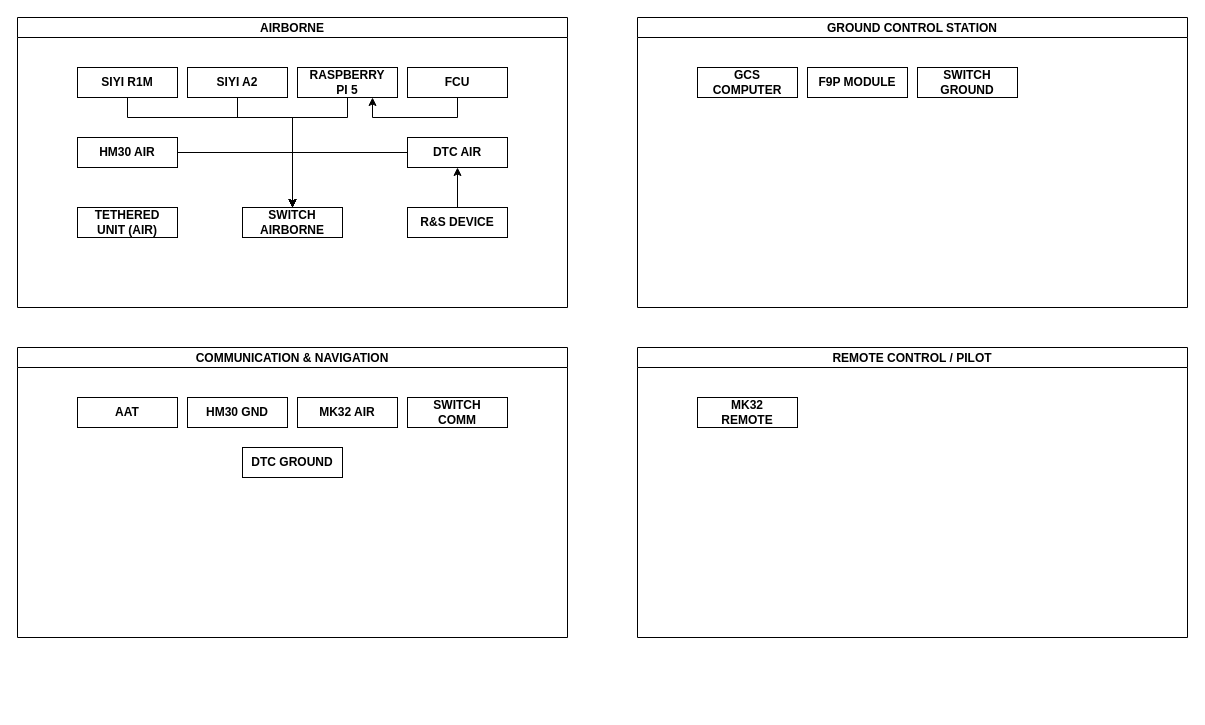
The draw.io diagram Block Diagram DF.drawio in BagaszPraa/Kumpulan-Tutorial, before the edit. Source tidied: cells renumbered, new cells numbered last; positions are measured from the earlier drawing's top-left corner, leaving out a move shared by most shapes. Both pictures are drawn from the tidied source at 100%, with x=0, y=0 at pixel (17, 17).
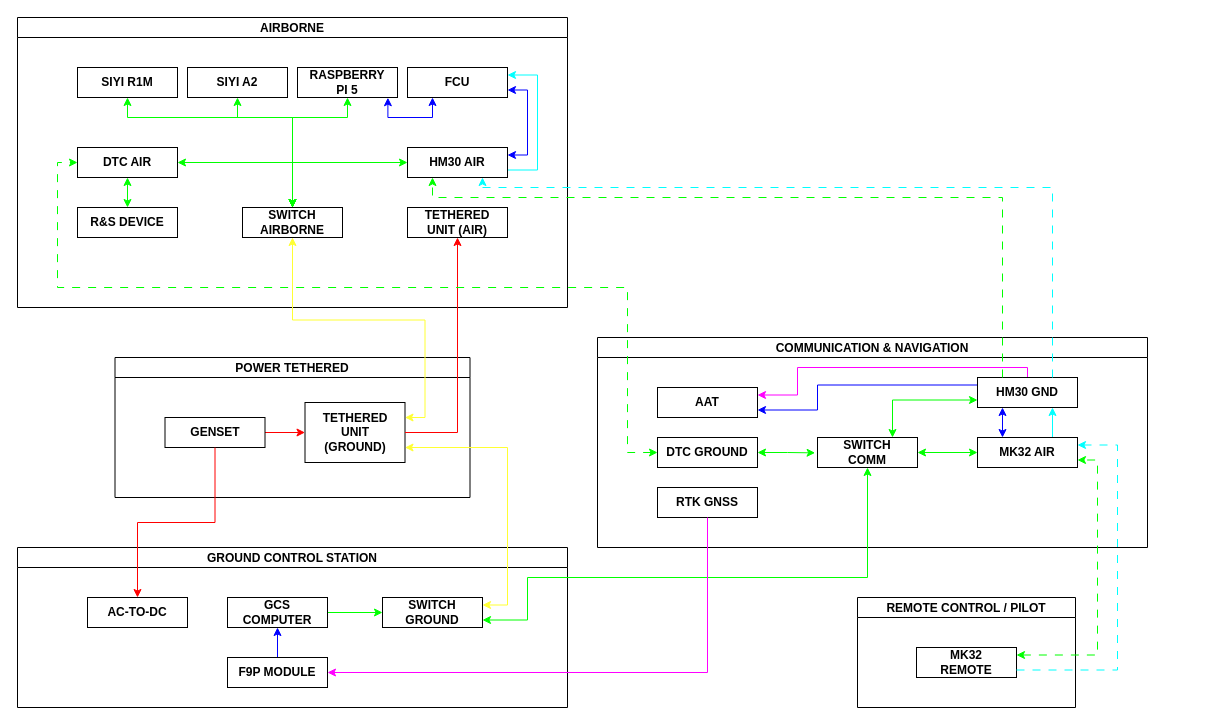
Above is the later version.

The change refers to these unchanged cells:
```xml
<mxCell id="2" value="AIRBORNE" style="swimlane;startSize=20;horizontal=1;containerType=tree;newEdgeStyle={&quot;edgeStyle&quot;:&quot;elbowEdgeStyle&quot;,&quot;startArrow&quot;:&quot;none&quot;,&quot;endArrow&quot;:&quot;none&quot;};spacing=9;labelBackgroundColor=none;fontStyle=1;" parent="1" vertex="1">
  <mxGeometry width="550" height="290" as="geometry" />
</mxCell>
<mxCell id="4" value="FCU" style="whiteSpace=wrap;html=1;spacing=9;labelBackgroundColor=none;fontStyle=1;" parent="2" vertex="1">
  <mxGeometry x="390" y="50" width="100" height="30" as="geometry" />
</mxCell>
<mxCell id="6" value="SIYI A2" style="whiteSpace=wrap;html=1;spacing=9;labelBackgroundColor=none;fontStyle=1;" parent="2" vertex="1">
  <mxGeometry x="170" y="50" width="100" height="30" as="geometry" />
</mxCell>
<mxCell id="8" value="SIYI R1M" style="whiteSpace=wrap;html=1;spacing=9;labelBackgroundColor=none;fontStyle=1;" parent="2" vertex="1">
  <mxGeometry x="60" y="50" width="100" height="30" as="geometry" />
</mxCell>
<mxCell id="10" value="RASPBERRY PI 5" style="whiteSpace=wrap;html=1;spacing=9;labelBackgroundColor=none;fontStyle=1;" parent="2" vertex="1">
  <mxGeometry x="280" y="50" width="100" height="30" as="geometry" />
</mxCell>
<mxCell id="17" value="SWITCH AIRBORNE" style="whiteSpace=wrap;html=1;spacing=9;labelBackgroundColor=none;fontStyle=1;" parent="2" vertex="1">
  <mxGeometry x="225" y="190" width="100" height="30" as="geometry" />
</mxCell>
<mxCell id="26" value="AAT" style="whiteSpace=wrap;html=1;spacing=9;labelBackgroundColor=none;fontStyle=1;" parent="23" vertex="1">
  <mxGeometry x="60" y="50" width="100" height="30" as="geometry" />
</mxCell>
```

The edit, as a diff of the source:
```diff
@@
-    <mxCell id="3" style="edgeStyle=orthogonalEdgeStyle;rounded=0;jettySize=auto;html=1;exitX=0.5;exitY=1;exitDx=0;exitDy=0;entryX=0.75;entryY=1;entryDx=0;entryDy=0;" parent="2" edge="1" source="4" target="10">
-      <mxGeometry relative="1" as="geometry" />
-    </mxCell>
+    <mxCell id="31" style="edgeStyle=orthogonalEdgeStyle;rounded=0;jettySize=auto;html=1;exitX=1;exitY=0.75;exitDx=0;exitDy=0;entryX=1;entryY=0.25;entryDx=0;entryDy=0;strokeColor=#0000ff;startArrow=classic;startFill=1;" parent="2" edge="1" source="4" target="16">
+      <mxGeometry relative="1" as="geometry" />
+    </mxCell>
+    <mxCell id="32" style="edgeStyle=orthogonalEdgeStyle;rounded=0;jettySize=auto;html=1;exitX=1;exitY=0.25;exitDx=0;exitDy=0;entryX=1;entryY=0.75;entryDx=0;entryDy=0;strokeColor=#00ffff;startArrow=classic;startFill=1;endArrow=none;endFill=0;" parent="2" edge="1" source="4" target="16">
+      <mxGeometry relative="1" as="geometry">
+        <Array as="points">
+          <mxPoint x="520" y="58" />
+          <mxPoint x="520" y="153" />
+        </Array>
+      </mxGeometry>
+    </mxCell>
@@
-    <mxCell id="5" style="edgeStyle=orthogonalEdgeStyle;rounded=0;jettySize=auto;html=1;exitX=0.5;exitY=1;exitDx=0;exitDy=0;entryX=0.5;entryY=0;entryDx=0;entryDy=0;" parent="2" edge="1" source="6" target="17">
+    <mxCell id="5" style="edgeStyle=orthogonalEdgeStyle;rounded=0;jettySize=auto;html=1;exitX=0.5;exitY=1;exitDx=0;exitDy=0;entryX=0.5;entryY=0;entryDx=0;entryDy=0;strokeColor=#00ff00;startArrow=classic;startFill=1;" parent="2" edge="1" source="6" target="17">
       <mxGeometry relative="1" as="geometry">
         <Array as="points">
           <mxPoint x="220" y="100" />
           <mxPoint x="275" y="100" />
         </Array>
       </mxGeometry>
     </mxCell>
@@
-    <mxCell id="7" style="edgeStyle=elbowEdgeStyle;rounded=0;jettySize=auto;html=1;entryX=0.5;entryY=0;entryDx=0;entryDy=0;elbow=vertical;" parent="2" edge="1" source="8" target="17">
+    <mxCell id="7" style="edgeStyle=elbowEdgeStyle;rounded=0;jettySize=auto;html=1;entryX=0.5;entryY=0;entryDx=0;entryDy=0;elbow=vertical;strokeColor=#00ff00;startArrow=classic;startFill=1;" parent="2" edge="1" source="8" target="17">
       <mxGeometry relative="1" as="geometry">
         <Array as="points">
           <mxPoint x="190" y="100" />
         </Array>
       </mxGeometry>
     </mxCell>
@@
-    <mxCell id="9" style="edgeStyle=orthogonalEdgeStyle;rounded=0;jettySize=auto;html=1;exitX=0.5;exitY=1;exitDx=0;exitDy=0;entryX=0.5;entryY=0;entryDx=0;entryDy=0;" parent="2" edge="1" source="10" target="17">
+    <mxCell id="9" style="edgeStyle=orthogonalEdgeStyle;rounded=0;jettySize=auto;html=1;exitX=0.5;exitY=1;exitDx=0;exitDy=0;entryX=0.5;entryY=0;entryDx=0;entryDy=0;strokeColor=#00ff00;startArrow=classic;startFill=1;" parent="2" edge="1" source="10" target="17">
       <mxGeometry relative="1" as="geometry">
         <Array as="points">
           <mxPoint x="330" y="100" />
           <mxPoint x="275" y="100" />
         </Array>
       </mxGeometry>
     </mxCell>
@@
-    <mxCell id="11" style="edgeStyle=orthogonalEdgeStyle;rounded=0;jettySize=auto;html=1;entryX=0.5;entryY=1;entryDx=0;entryDy=0;" parent="2" edge="1" source="12" target="14">
+    <mxCell id="11" style="edgeStyle=orthogonalEdgeStyle;rounded=0;jettySize=auto;html=1;entryX=0.5;entryY=1;entryDx=0;entryDy=0;strokeColor=#00ff00;startArrow=classic;startFill=1;" parent="2" edge="1" source="12" target="14">
       <mxGeometry relative="1" as="geometry" />
     </mxCell>
     <mxCell id="12" value="R&amp;amp;S DEVICE" style="whiteSpace=wrap;html=1;spacing=9;labelBackgroundColor=none;fontStyle=1;" parent="2" vertex="1">
-      <mxGeometry x="390" y="190" width="100" height="30" as="geometry" />
+      <mxGeometry x="60" y="190" width="100" height="30" as="geometry" />
     </mxCell>
-    <mxCell id="13" style="edgeStyle=orthogonalEdgeStyle;rounded=0;jettySize=auto;html=1;entryX=0.5;entryY=0;entryDx=0;entryDy=0;" parent="2" edge="1" source="14" target="17">
+    <mxCell id="13" style="edgeStyle=orthogonalEdgeStyle;rounded=0;jettySize=auto;html=1;entryX=0.5;entryY=0;entryDx=0;entryDy=0;strokeColor=#00ff00;startArrow=classic;startFill=1;" parent="2" edge="1" source="14" target="17">
       <mxGeometry relative="1" as="geometry" />
     </mxCell>
     <mxCell id="14" value="DTC AIR" style="whiteSpace=wrap;html=1;spacing=9;labelBackgroundColor=none;fontStyle=1;" parent="2" vertex="1">
-      <mxGeometry x="390" y="120" width="100" height="30" as="geometry" />
+      <mxGeometry x="60" y="130" width="100" height="30" as="geometry" />
     </mxCell>
-    <mxCell id="15" style="edgeStyle=orthogonalEdgeStyle;rounded=0;jettySize=auto;html=1;entryX=0.5;entryY=0;entryDx=0;entryDy=0;" parent="2" edge="1" source="16" target="17">
+    <mxCell id="15" style="edgeStyle=orthogonalEdgeStyle;rounded=0;jettySize=auto;html=1;entryX=0.5;entryY=0;entryDx=0;entryDy=0;strokeColor=#00ff00;startArrow=classic;startFill=1;" parent="2" edge="1" source="16" target="17">
       <mxGeometry relative="1" as="geometry" />
     </mxCell>
     <mxCell id="16" value="HM30 AIR" style="whiteSpace=wrap;html=1;spacing=9;labelBackgroundColor=none;fontStyle=1;" parent="2" vertex="1">
-      <mxGeometry x="60" y="120" width="100" height="30" as="geometry" />
+      <mxGeometry x="390" y="130" width="100" height="30" as="geometry" />
     </mxCell>
@@
     <mxCell id="18" value="TETHERED UNIT (AIR)" style="whiteSpace=wrap;html=1;spacing=9;labelBackgroundColor=none;fontStyle=1;" parent="2" vertex="1">
-      <mxGeometry x="60" y="190" width="100" height="30" as="geometry" />
+      <mxGeometry x="390" y="190" width="100" height="30" as="geometry" />
     </mxCell>
+    <mxCell id="3" style="edgeStyle=orthogonalEdgeStyle;rounded=0;jettySize=auto;html=1;exitX=0.25;exitY=1;exitDx=0;exitDy=0;entryX=0.904;entryY=1.007;entryDx=0;entryDy=0;entryPerimeter=0;strokeColor=#0000ff;startArrow=classic;startFill=1;" parent="2" edge="1" source="4" target="10">
+      <mxGeometry relative="1" as="geometry">
+        <Array as="points">
+          <mxPoint x="415" y="100" />
+          <mxPoint x="370" y="100" />
+        </Array>
+      </mxGeometry>
+    </mxCell>
     <mxCell id="19" value="GROUND CONTROL STATION" style="swimlane;startSize=20;horizontal=1;containerType=tree;newEdgeStyle={&quot;edgeStyle&quot;:&quot;elbowEdgeStyle&quot;,&quot;startArrow&quot;:&quot;none&quot;,&quot;endArrow&quot;:&quot;none&quot;};spacing=9;labelBackgroundColor=none;fontStyle=1;" parent="1" vertex="1">
-      <mxGeometry x="620" width="550" height="290" as="geometry" />
+      <mxGeometry y="530" width="550" height="160" as="geometry" />
     </mxCell>
     <mxCell id="20" value="SWITCH GROUND" style="whiteSpace=wrap;html=1;spacing=9;labelBackgroundColor=none;fontStyle=1;" parent="19" vertex="1">
-      <mxGeometry x="280" y="50" width="100" height="30" as="geometry" />
+      <mxGeometry x="365" y="50" width="100" height="30" as="geometry" />
     </mxCell>
+    <mxCell id="33" style="edgeStyle=orthogonalEdgeStyle;rounded=0;jettySize=auto;html=1;exitX=0.5;exitY=0;exitDx=0;exitDy=0;entryX=0.5;entryY=1;entryDx=0;entryDy=0;strokeColor=#0000ff;" parent="19" edge="1" source="21" target="22">
+      <mxGeometry relative="1" as="geometry" />
+    </mxCell>
     <mxCell id="21" value="F9P MODULE" style="whiteSpace=wrap;html=1;spacing=9;labelBackgroundColor=none;fontStyle=1;" parent="19" vertex="1">
-      <mxGeometry x="170" y="50" width="100" height="30" as="geometry" />
+      <mxGeometry x="210" y="110" width="100" height="30" as="geometry" />
     </mxCell>
+    <mxCell id="34" style="edgeStyle=orthogonalEdgeStyle;rounded=0;jettySize=auto;html=1;exitX=1;exitY=0.5;exitDx=0;exitDy=0;entryX=0;entryY=0.5;entryDx=0;entryDy=0;strokeColor=#00ff00;" parent="19" edge="1" source="22" target="20">
+      <mxGeometry relative="1" as="geometry" />
+    </mxCell>
     <mxCell id="22" value="GCS COMPUTER" style="whiteSpace=wrap;html=1;spacing=9;labelBackgroundColor=none;fontStyle=1;" parent="19" vertex="1">
-      <mxGeometry x="60" y="50" width="100" height="30" as="geometry" />
+      <mxGeometry x="210" y="50" width="100" height="30" as="geometry" />
     </mxCell>
+    <mxCell id="35" value="AC-TO-DC" style="whiteSpace=wrap;html=1;spacing=9;labelBackgroundColor=none;fontStyle=1;" parent="19" vertex="1">
+      <mxGeometry x="70" y="50" width="100" height="30" as="geometry" />
+    </mxCell>
     <mxCell id="23" value="COMMUNICATION &amp; NAVIGATION" style="swimlane;startSize=20;horizontal=1;containerType=tree;newEdgeStyle={&quot;edgeStyle&quot;:&quot;elbowEdgeStyle&quot;,&quot;startArrow&quot;:&quot;none&quot;,&quot;endArrow&quot;:&quot;none&quot;};spacing=9;labelBackgroundColor=none;fontStyle=1;" parent="1" vertex="1">
-      <mxGeometry y="330" width="550" height="290" as="geometry" />
+      <mxGeometry x="580" y="320" width="550" height="210" as="geometry" />
     </mxCell>
+    <mxCell id="36" style="edgeStyle=orthogonalEdgeStyle;rounded=0;jettySize=auto;html=1;exitX=0.75;exitY=0;exitDx=0;exitDy=0;entryX=0.75;entryY=1;entryDx=0;entryDy=0;startArrow=none;startFill=0;strokeColor=#00ffff;" parent="23" edge="1" source="24" target="25">
+      <mxGeometry relative="1" as="geometry" />
+    </mxCell>
+    <mxCell id="37" style="edgeStyle=orthogonalEdgeStyle;rounded=0;jettySize=auto;html=1;exitX=0.25;exitY=0;exitDx=0;exitDy=0;entryX=0.25;entryY=1;entryDx=0;entryDy=0;startArrow=classic;startFill=1;strokeColor=#0000ff;" parent="23" edge="1" source="24" target="25">
+      <mxGeometry relative="1" as="geometry" />
+    </mxCell>
+    <mxCell id="38" style="edgeStyle=orthogonalEdgeStyle;rounded=0;jettySize=auto;html=1;exitX=0;exitY=0.5;exitDx=0;exitDy=0;entryX=1;entryY=0.5;entryDx=0;entryDy=0;strokeColor=#00ff00;startArrow=classic;startFill=1;" parent="23" edge="1" source="24" target="27">
+      <mxGeometry relative="1" as="geometry" />
+    </mxCell>
     <mxCell id="24" value="MK32 AIR" style="whiteSpace=wrap;html=1;spacing=9;labelBackgroundColor=none;fontStyle=1;" parent="23" vertex="1">
-      <mxGeometry x="280" y="50" width="100" height="30" as="geometry" />
+      <mxGeometry x="380" y="100" width="100" height="30" as="geometry" />
     </mxCell>
+    <mxCell id="39" style="edgeStyle=orthogonalEdgeStyle;rounded=0;jettySize=auto;html=1;exitX=0;exitY=0.75;exitDx=0;exitDy=0;entryX=0.75;entryY=0;entryDx=0;entryDy=0;strokeColor=#00ff00;startArrow=classic;startFill=1;" parent="23" edge="1" source="25" target="27">
+      <mxGeometry relative="1" as="geometry" />
+    </mxCell>
+    <mxCell id="40" style="edgeStyle=orthogonalEdgeStyle;rounded=0;jettySize=auto;html=1;exitX=0;exitY=0.25;exitDx=0;exitDy=0;entryX=1;entryY=0.75;entryDx=0;entryDy=0;strokeColor=#0000ff;" parent="23" edge="1" source="25" target="26">
+      <mxGeometry relative="1" as="geometry">
+        <Array as="points">
+          <mxPoint x="220" y="47" />
+          <mxPoint x="220" y="73" />
+          <mxPoint x="160" y="73" />
+        </Array>
+      </mxGeometry>
+    </mxCell>
+    <mxCell id="41" style="edgeStyle=orthogonalEdgeStyle;rounded=0;jettySize=auto;html=1;exitX=0.5;exitY=0;exitDx=0;exitDy=0;entryX=1;entryY=0.25;entryDx=0;entryDy=0;strokeColor=#ff00ff;" parent="23" edge="1" source="25" target="26">
+      <mxGeometry relative="1" as="geometry">
+        <Array as="points">
+          <mxPoint x="430" y="30" />
+          <mxPoint x="200" y="30" />
+          <mxPoint x="200" y="57" />
+        </Array>
+      </mxGeometry>
+    </mxCell>
     <mxCell id="25" value="HM30 GND" style="whiteSpace=wrap;html=1;spacing=9;labelBackgroundColor=none;fontStyle=1;" parent="23" vertex="1">
-      <mxGeometry x="170" y="50" width="100" height="30" as="geometry" />
+      <mxGeometry x="380" y="40" width="100" height="30" as="geometry" />
     </mxCell>
@@
     <mxCell id="27" value="SWITCH COMM" style="whiteSpace=wrap;html=1;spacing=9;labelBackgroundColor=none;fontStyle=1;" parent="23" vertex="1">
-      <mxGeometry x="390" y="50" width="100" height="30" as="geometry" />
+      <mxGeometry x="220" y="100" width="100" height="30" as="geometry" />
     </mxCell>
     <mxCell id="28" value="DTC GROUND" style="whiteSpace=wrap;html=1;spacing=9;labelBackgroundColor=none;fontStyle=1;" parent="23" vertex="1">
-      <mxGeometry x="225" y="100" width="100" height="30" as="geometry" />
+      <mxGeometry x="60" y="100" width="100" height="30" as="geometry" />
     </mxCell>
+    <mxCell id="42" style="edgeStyle=orthogonalEdgeStyle;rounded=0;jettySize=auto;html=1;exitX=1;exitY=0.5;exitDx=0;exitDy=0;entryX=-0.024;entryY=0.513;entryDx=0;entryDy=0;entryPerimeter=0;strokeColor=#00ff00;startArrow=classic;startFill=1;" parent="23" edge="1" source="28" target="27">
+      <mxGeometry relative="1" as="geometry" />
+    </mxCell>
+    <mxCell id="43" value="RTK GNSS" style="whiteSpace=wrap;html=1;spacing=9;labelBackgroundColor=none;fontStyle=1;" parent="23" vertex="1">
+      <mxGeometry x="60" y="150" width="100" height="30" as="geometry" />
+    </mxCell>
     <mxCell id="29" value="REMOTE CONTROL / PILOT" style="swimlane;startSize=20;horizontal=1;containerType=tree;newEdgeStyle={&quot;edgeStyle&quot;:&quot;elbowEdgeStyle&quot;,&quot;startArrow&quot;:&quot;none&quot;,&quot;endArrow&quot;:&quot;none&quot;};spacing=9;labelBackgroundColor=none;fontStyle=1;" parent="1" vertex="1">
-      <mxGeometry x="620" y="330" width="550" height="290" as="geometry" />
+      <mxGeometry x="840" y="580" width="218" height="110" as="geometry" />
     </mxCell>
     <mxCell id="30" value="MK32 REMOTE" style="whiteSpace=wrap;html=1;spacing=9;labelBackgroundColor=none;fontStyle=1;" parent="29" vertex="1">
-      <mxGeometry x="60" y="50" width="100" height="30" as="geometry" />
+      <mxGeometry x="59" y="50" width="100" height="30" as="geometry" />
     </mxCell>
+    <mxCell id="44" value="POWER TETHERED" style="swimlane;startSize=20;horizontal=1;containerType=tree;newEdgeStyle={&quot;edgeStyle&quot;:&quot;elbowEdgeStyle&quot;,&quot;startArrow&quot;:&quot;none&quot;,&quot;endArrow&quot;:&quot;none&quot;};spacing=9;labelBackgroundColor=none;fontStyle=1;" parent="1" vertex="1">
+      <mxGeometry x="97.5" y="340" width="355" height="140" as="geometry" />
+    </mxCell>
+    <mxCell id="45" value="TETHERED UNIT (GROUND)" style="whiteSpace=wrap;html=1;spacing=9;labelBackgroundColor=none;fontStyle=1;" parent="44" vertex="1">
+      <mxGeometry x="190" y="45" width="100" height="60" as="geometry" />
+    </mxCell>
+    <mxCell id="46" style="edgeStyle=orthogonalEdgeStyle;rounded=0;jettySize=auto;html=1;exitX=1;exitY=0.5;exitDx=0;exitDy=0;entryX=0;entryY=0.5;entryDx=0;entryDy=0;strokeColor=#ff0000;" parent="44" edge="1" source="47" target="45">
+      <mxGeometry relative="1" as="geometry" />
+    </mxCell>
+    <mxCell id="47" value="GENSET" style="whiteSpace=wrap;html=1;spacing=9;labelBackgroundColor=none;fontStyle=1;" parent="44" vertex="1">
+      <mxGeometry x="50" y="60" width="100" height="30" as="geometry" />
+    </mxCell>
+    <mxCell id="48" style="edgeStyle=orthogonalEdgeStyle;rounded=0;jettySize=auto;html=1;exitX=1;exitY=0.25;exitDx=0;exitDy=0;entryX=1;entryY=0.75;entryDx=0;entryDy=0;strokeColor=#FFFF33;startArrow=classic;startFill=1;" parent="1" edge="1" source="20" target="45">
+      <mxGeometry relative="1" as="geometry">
+        <Array as="points">
+          <mxPoint x="490" y="587" />
+          <mxPoint x="490" y="430" />
+        </Array>
+      </mxGeometry>
+    </mxCell>
+    <mxCell id="49" style="edgeStyle=orthogonalEdgeStyle;rounded=0;jettySize=auto;html=1;exitX=1;exitY=0.25;exitDx=0;exitDy=0;entryX=0.5;entryY=1;entryDx=0;entryDy=0;strokeColor=#FFFF33;startArrow=classic;startFill=1;" parent="1" edge="1" source="45" target="17">
+      <mxGeometry relative="1" as="geometry" />
+    </mxCell>
+    <mxCell id="50" style="edgeStyle=orthogonalEdgeStyle;rounded=0;jettySize=auto;html=1;exitX=1;exitY=0.5;exitDx=0;exitDy=0;entryX=0.5;entryY=1;entryDx=0;entryDy=0;strokeColor=#ff0000;" parent="1" edge="1" source="45" target="18">
+      <mxGeometry relative="1" as="geometry" />
+    </mxCell>
+    <mxCell id="51" style="edgeStyle=orthogonalEdgeStyle;rounded=0;jettySize=auto;html=1;exitX=0.25;exitY=0;exitDx=0;exitDy=0;entryX=0.25;entryY=1;entryDx=0;entryDy=0;strokeColor=#00ff00;dashed=1;dashPattern=8 8;jumpStyle=none;" parent="1" edge="1" source="25" target="16">
+      <mxGeometry relative="1" as="geometry">
+        <Array as="points">
+          <mxPoint x="985" y="180" />
+          <mxPoint x="415" y="180" />
+        </Array>
+      </mxGeometry>
+    </mxCell>
+    <mxCell id="52" style="edgeStyle=orthogonalEdgeStyle;rounded=0;jettySize=auto;html=1;exitX=0.75;exitY=0;exitDx=0;exitDy=0;entryX=0.75;entryY=1;entryDx=0;entryDy=0;strokeColor=#00ffff;dashed=1;dashPattern=8 8;" parent="1" edge="1" source="25" target="16">
+      <mxGeometry relative="1" as="geometry">
+        <Array as="points">
+          <mxPoint x="1035" y="170" />
+          <mxPoint x="465" y="170" />
+        </Array>
+      </mxGeometry>
+    </mxCell>
+    <mxCell id="53" style="edgeStyle=orthogonalEdgeStyle;rounded=0;jettySize=auto;html=1;exitX=0;exitY=0.5;exitDx=0;exitDy=0;entryX=0;entryY=0.5;entryDx=0;entryDy=0;strokeColor=#00ff00;dashed=1;dashPattern=8 8;startArrow=classic;startFill=1;" parent="1" edge="1" source="28" target="14">
+      <mxGeometry relative="1" as="geometry">
+        <Array as="points">
+          <mxPoint x="610" y="435" />
+          <mxPoint x="610" y="270" />
+          <mxPoint x="40" y="270" />
+          <mxPoint x="40" y="145" />
+        </Array>
+      </mxGeometry>
+    </mxCell>
+    <mxCell id="54" style="edgeStyle=orthogonalEdgeStyle;rounded=0;jettySize=auto;html=1;exitX=1;exitY=0.75;exitDx=0;exitDy=0;entryX=0.5;entryY=1;entryDx=0;entryDy=0;strokeColor=#00ff00;jumpStyle=none;startArrow=classic;startFill=1;" parent="1" edge="1" source="20" target="27">
+      <mxGeometry relative="1" as="geometry">
+        <Array as="points">
+          <mxPoint x="510" y="603" />
+          <mxPoint x="510" y="560" />
+          <mxPoint x="850" y="560" />
+        </Array>
+      </mxGeometry>
+    </mxCell>
+    <mxCell id="55" style="edgeStyle=orthogonalEdgeStyle;rounded=0;jettySize=auto;html=1;exitX=1;exitY=0.25;exitDx=0;exitDy=0;entryX=1;entryY=0.75;entryDx=0;entryDy=0;startArrow=classic;startFill=1;strokeColor=#00ff00;dashed=1;dashPattern=8 8;" parent="1" edge="1" source="30" target="24">
+      <mxGeometry relative="1" as="geometry" />
+    </mxCell>
+    <mxCell id="56" style="edgeStyle=orthogonalEdgeStyle;rounded=0;jettySize=auto;html=1;exitX=1;exitY=0.75;exitDx=0;exitDy=0;entryX=1;entryY=0.25;entryDx=0;entryDy=0;startArrow=none;startFill=0;strokeColor=#00ffff;dashed=1;dashPattern=8 8;" parent="1" edge="1" source="30" target="24">
+      <mxGeometry relative="1" as="geometry">
+        <Array as="points">
+          <mxPoint x="1100" y="653" />
+          <mxPoint x="1100" y="427" />
+        </Array>
+      </mxGeometry>
+    </mxCell>
+    <mxCell id="57" style="edgeStyle=orthogonalEdgeStyle;rounded=0;jettySize=auto;html=1;exitX=0.5;exitY=1;exitDx=0;exitDy=0;entryX=1;entryY=0.5;entryDx=0;entryDy=0;strokeColor=#ff00ff;" parent="1" edge="1" source="43" target="21">
+      <mxGeometry relative="1" as="geometry" />
+    </mxCell>
+    <mxCell id="58" style="edgeStyle=orthogonalEdgeStyle;rounded=0;jettySize=auto;html=1;exitX=0.5;exitY=1;exitDx=0;exitDy=0;entryX=0.5;entryY=0;entryDx=0;entryDy=0;strokeColor=#ff0000;" parent="1" edge="1" source="47" target="35">
+      <mxGeometry relative="1" as="geometry" />
+    </mxCell>
```
